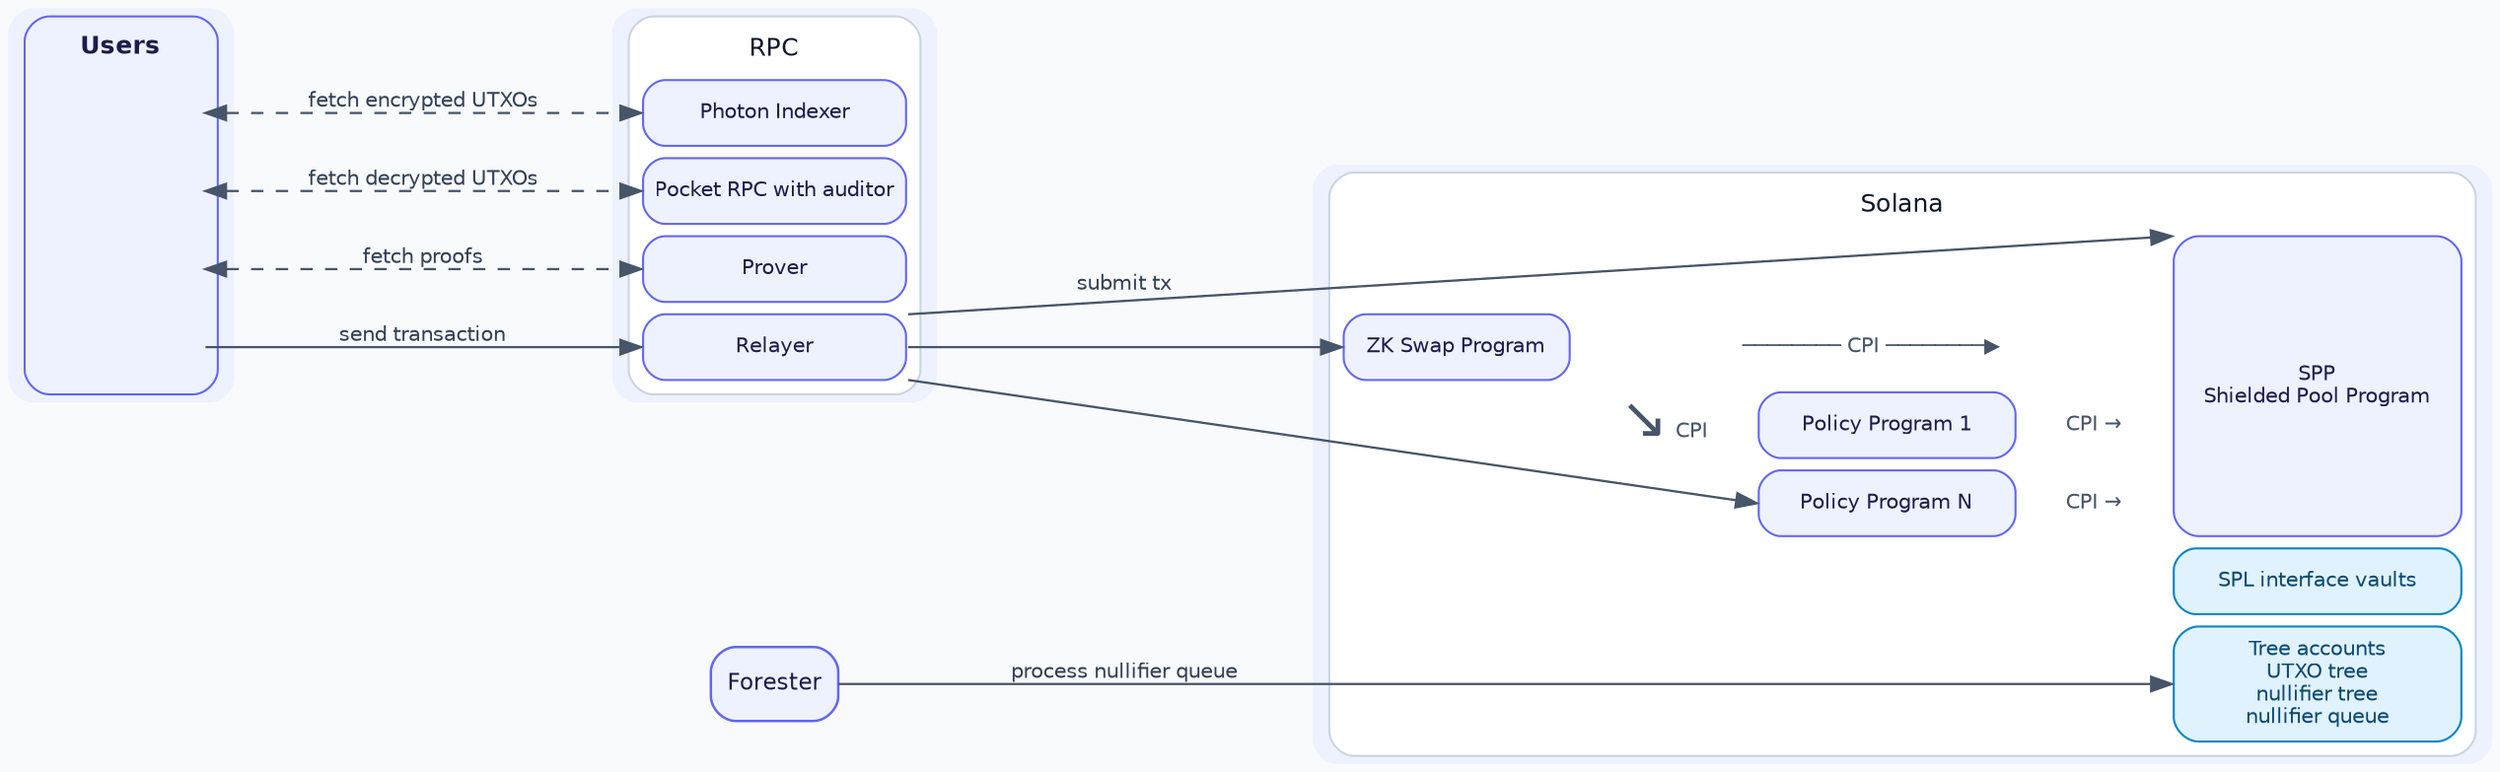
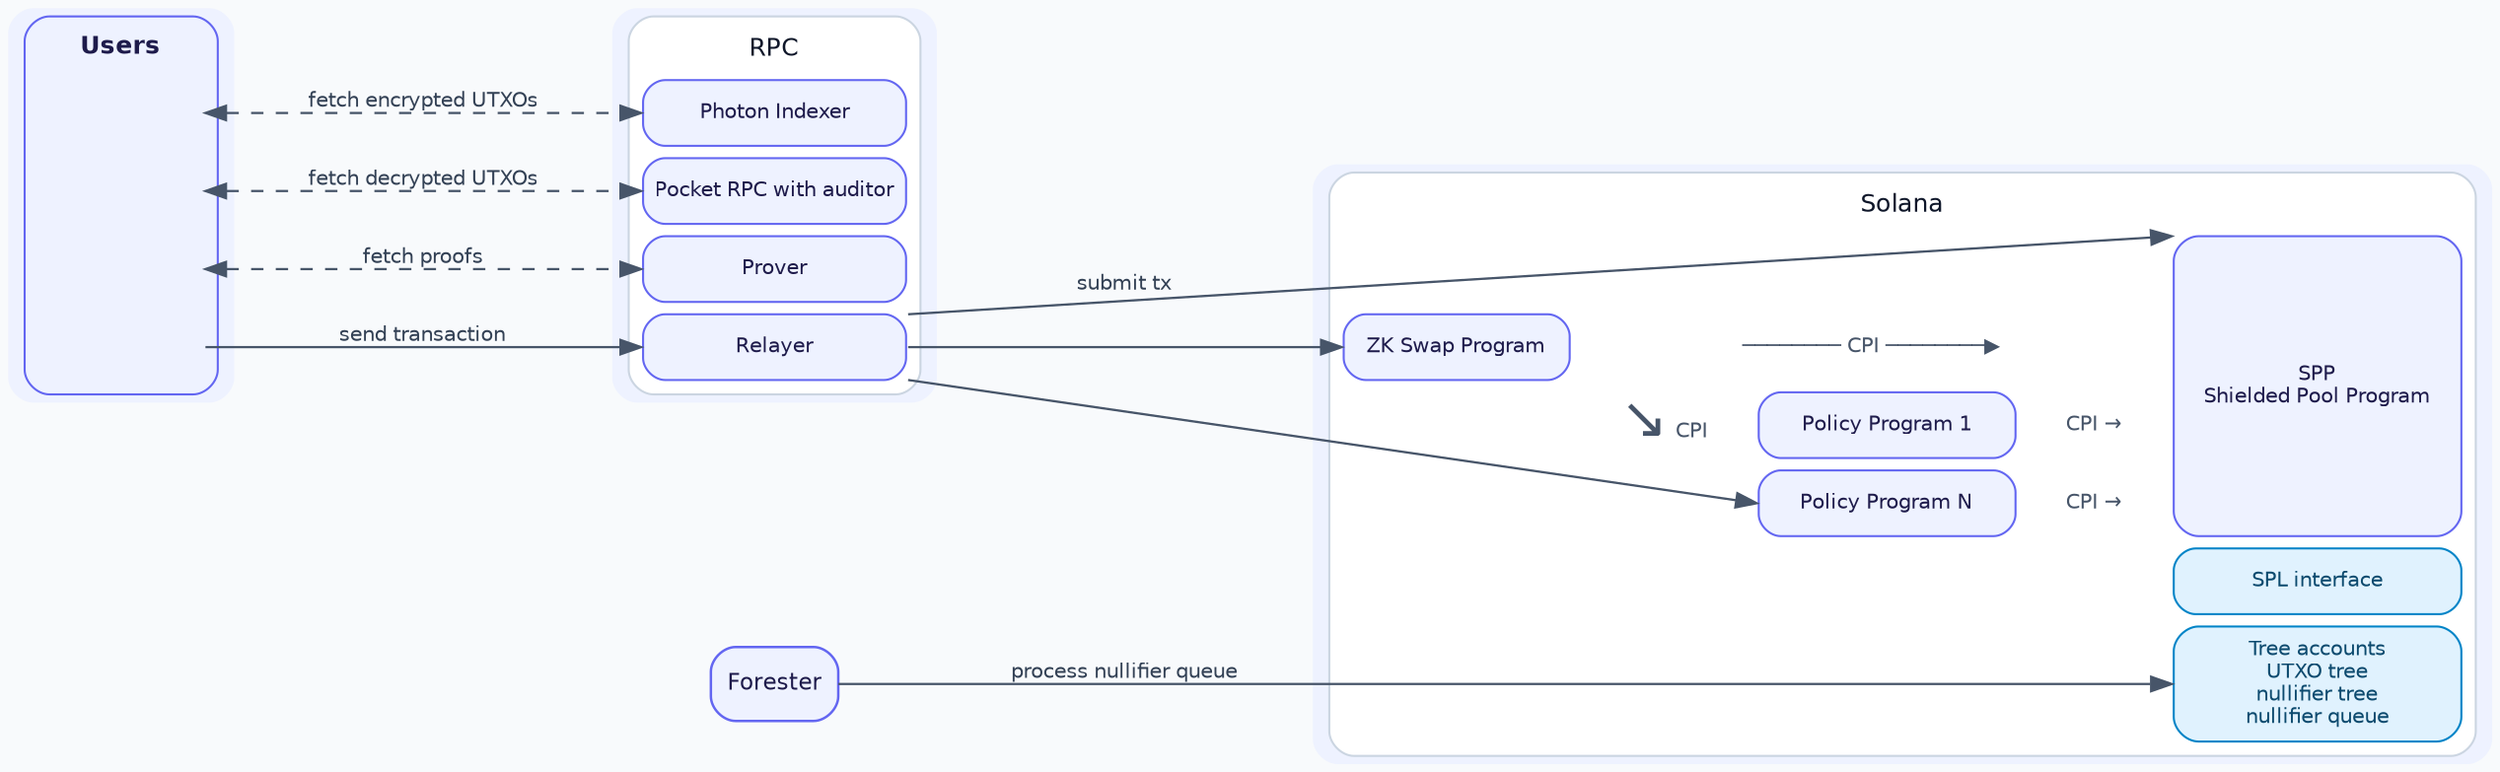
// Architecture diagram for docs/spec.md.
// Regenerate with `just render-diagrams` or:
//     dot -Tpng -Gdpi=144 docs/diagrams/architecture.dot -o docs/diagrams/architecture.png
//     dot -Tsvg          docs/diagrams/architecture.dot -o docs/diagrams/architecture.svg
//
// Client and RPC are both HTML-label tables with matching row heights so
// the cross arrows between corresponding ports are horizontal.
digraph G {
    compound=true;
    rankdir=LR;
    nodesep=0.3;
    ranksep=1.0;
    splines=line;
    bgcolor="#F8FAFC";
    node [shape=box, style="rounded,filled", fillcolor="#EEF2FF", color="#6366F1", fontcolor="#1E1B4B", fontname="Helvetica", fontsize=11, penwidth=1.2];
    edge [color="#475569", fontcolor="#334155", fontname="Helvetica", fontsize=10, penwidth=1.1];

    Client [shape=plaintext, label=<
        <TABLE BORDER="1" CELLBORDER="0" CELLSPACING="6" CELLPADDING="0" BGCOLOR="#EEF2FF" COLOR="#6366F1" STYLE="ROUNDED">
            <TR><TD HEIGHT="18" WIDTH="80"><FONT COLOR="#1E1B4B" POINT-SIZE="12"><B>Users</B></FONT></TD></TR>
            <TR><TD PORT="d" HEIGHT="32" WIDTH="80"></TD></TR>
            <TR><TD PORT="p" HEIGHT="32" WIDTH="80"></TD></TR>
            <TR><TD PORT="r" HEIGHT="32" WIDTH="80"></TD></TR>
            <TR><TD PORT="x" HEIGHT="32" WIDTH="80"></TD></TR>
        </TABLE>
    >];

    RPC [shape=plaintext, label=<
        <TABLE BORDER="1" CELLBORDER="0" CELLSPACING="6" CELLPADDING="0" BGCOLOR="#FFFFFF" COLOR="#CBD5E1" STYLE="ROUNDED">
            <TR><TD HEIGHT="18" WIDTH="128"><FONT COLOR="#0F172A" POINT-SIZE="12">RPC</FONT></TD></TR>
            <TR><TD PORT="d" HEIGHT="32" WIDTH="128" BGCOLOR="#EEF2FF" COLOR="#6366F1" STYLE="ROUNDED" BORDER="1"><FONT COLOR="#1E1B4B" POINT-SIZE="10">Photon Indexer</FONT></TD></TR>
            <TR><TD PORT="p" HEIGHT="32" WIDTH="128" BGCOLOR="#EEF2FF" COLOR="#6366F1" STYLE="ROUNDED" BORDER="1"><FONT COLOR="#1E1B4B" POINT-SIZE="10">Pocket RPC with auditor</FONT></TD></TR>
            <TR><TD PORT="r" HEIGHT="32" WIDTH="128" BGCOLOR="#EEF2FF" COLOR="#6366F1" STYLE="ROUNDED" BORDER="1"><FONT COLOR="#1E1B4B" POINT-SIZE="10">Prover</FONT></TD></TR>
            <TR><TD PORT="x" HEIGHT="32" WIDTH="128" BGCOLOR="#EEF2FF" COLOR="#6366F1" STYLE="ROUNDED" BORDER="1"><FONT COLOR="#1E1B4B" POINT-SIZE="10">Relayer</FONT></TD></TR>
        </TABLE>
    >];

    Forester [label="Forester"];

    // Solana is an HTML table. ROWSPAN ties the policy rows to a single SPP
    // cell on the right; the accounts span both columns below SPP.
    Solana [shape=plaintext, label=<
        <TABLE BORDER="1" CELLBORDER="0" CELLSPACING="6" CELLPADDING="0" BGCOLOR="#FFFFFF" COLOR="#CBD5E1" STYLE="ROUNDED">
            <TR><TD COLSPAN="5" HEIGHT="18"><FONT COLOR="#0F172A" POINT-SIZE="12">Solana</FONT></TD></TR>
            <TR>
                <TD PORT="passthru" COLSPAN="4" HEIGHT="32" WIDTH="290" BORDER="0"></TD>
                <TD ROWSPAN="4" PORT="spp" WIDTH="140" BGCOLOR="#EEF2FF" COLOR="#6366F1" STYLE="ROUNDED" BORDER="1"><FONT COLOR="#1E1B4B" POINT-SIZE="10">SPP<BR/>Shielded Pool Program</FONT></TD>
            </TR>
            <TR>
                <TD PORT="zkswap" HEIGHT="32" WIDTH="110" BGCOLOR="#EEF2FF" COLOR="#6366F1" STYLE="ROUNDED" BORDER="1"><FONT COLOR="#1E1B4B" POINT-SIZE="10">ZK Swap Program</FONT></TD>
                <TD COLSPAN="3" HEIGHT="32" WIDTH="270"><FONT COLOR="#475569" POINT-SIZE="10">&#x2500;&#x2500;&#x2500;&#x2500;&#x2500;&#x2500;&#x2500;&#x2500; CPI &#x2500;&#x2500;&#x2500;&#x2500;&#x2500;&#x2500;&#x2500;&#x2500;&#x25B6;</FONT></TD>
            </TR>
            <TR>
                <TD HEIGHT="32" WIDTH="110" BORDER="0"></TD>
                <TD HEIGHT="32" WIDTH="50"><FONT COLOR="#475569" POINT-SIZE="28">&#x2198;</FONT><FONT COLOR="#475569" POINT-SIZE="10"> CPI</FONT></TD>
                <TD PORT="policy1" HEIGHT="32" WIDTH="110" BGCOLOR="#EEF2FF" COLOR="#6366F1" STYLE="ROUNDED" BORDER="1"><FONT COLOR="#1E1B4B" POINT-SIZE="10">Policy Program 1</FONT></TD>
                <TD HEIGHT="32" WIDTH="50"><FONT COLOR="#475569" POINT-SIZE="10">CPI &#x2192;</FONT></TD>
            </TR>
            <TR>
                <TD HEIGHT="32" WIDTH="110" BORDER="0"></TD>
                <TD HEIGHT="32" WIDTH="50" BORDER="0"></TD>
                <TD PORT="policyN" HEIGHT="32" WIDTH="110" BGCOLOR="#EEF2FF" COLOR="#6366F1" STYLE="ROUNDED" BORDER="1"><FONT COLOR="#1E1B4B" POINT-SIZE="10">Policy Program N</FONT></TD>
                <TD HEIGHT="32" WIDTH="50"><FONT COLOR="#475569" POINT-SIZE="10">CPI &#x2192;</FONT></TD>
            </TR>
            <TR>
                <TD COLSPAN="4" BORDER="0"></TD>
-                 <TD PORT="vault" HEIGHT="32" WIDTH="140" BGCOLOR="#E0F2FE" COLOR="#0284C7" STYLE="ROUNDED" BORDER="1"><FONT COLOR="#0C4A6E" POINT-SIZE="10">SPL interface vaults</FONT></TD>
+                 <TD PORT="vault" HEIGHT="32" WIDTH="140" BGCOLOR="#E0F2FE" COLOR="#0284C7" STYLE="ROUNDED" BORDER="1"><FONT COLOR="#0C4A6E" POINT-SIZE="10">SPL interface</FONT></TD>
            </TR>
            <TR>
                <TD COLSPAN="4" BORDER="0"></TD>
                <TD PORT="tree" HEIGHT="56" WIDTH="140" BGCOLOR="#E0F2FE" COLOR="#0284C7" STYLE="ROUNDED" BORDER="1"><FONT COLOR="#0C4A6E" POINT-SIZE="10">Tree accounts<BR/>UTXO tree<BR/>nullifier tree<BR/>nullifier queue</FONT></TD>
            </TR>
        </TABLE>
    >];

    // Client port -> matching RPC port. Same row heights on both tables
    // give horizontal arrows.
    Client:d:e -> RPC:d:w [dir=both, style=dashed, label="fetch encrypted UTXOs"];
    Client:p:e -> RPC:p:w [dir=both, style=dashed, label="fetch decrypted UTXOs"];
    Client:r:e -> RPC:r:w [dir=both, style=dashed, label="fetch proofs"];
    Client:x:e -> RPC:x:w [label="send transaction"];

    // Relayer can submit a tx directly to SPP (default pocket), via the
    // ZK Swap program, or via Policy Program N (policy pockets). The
    // direct-to-SPP arrow enters through the empty first-row cell so it
    // doesn't cross any Policy box.
    RPC:x:ne -> Solana:spp:nw   [label="submit tx"];
    RPC:x:e  -> Solana:zkswap:w;
    RPC:x:se -> Solana:policyN:w;

    // Forester processes the nullifier queue
    Forester -> Solana:tree:w [label="process nullifier queue"];
}
